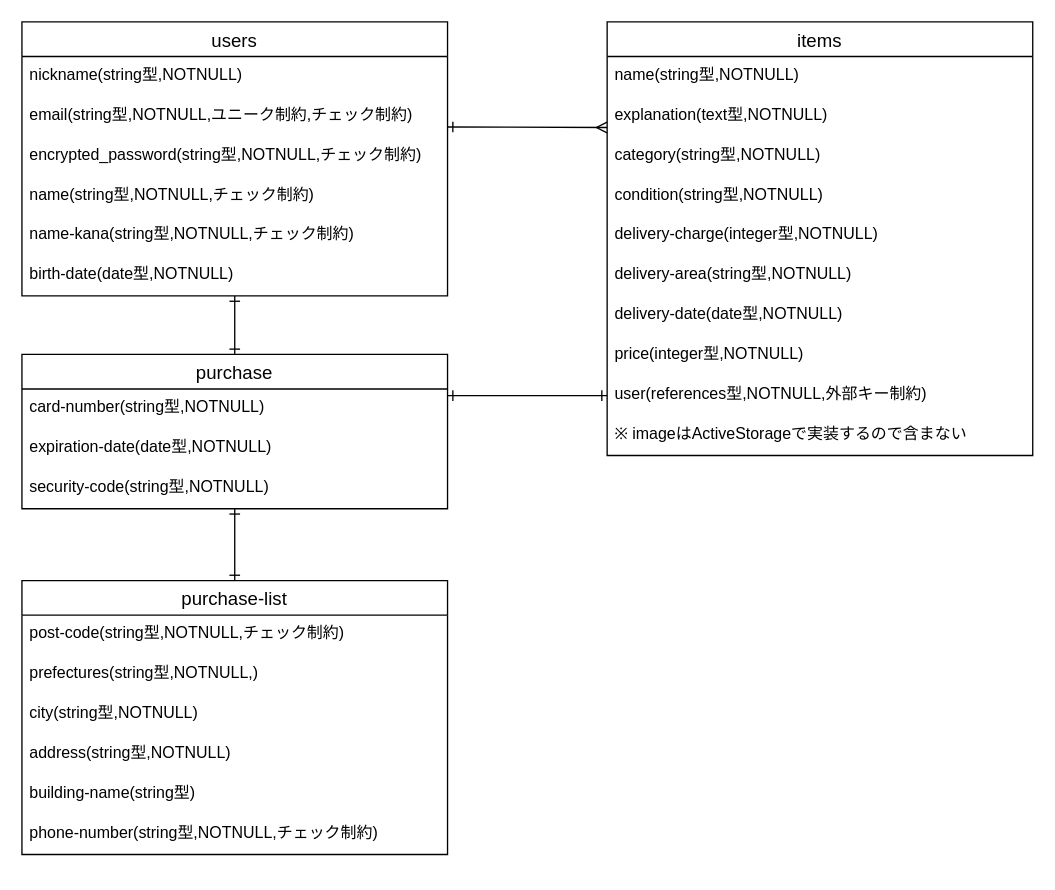
Earlier version of the draw.io diagram furima.dio (genkikonno/furima-37489). Source tidied: cells renumbered, new cells numbered last; positions are measured from the earlier drawing's top-left corner, leaving out a move shared by most shapes. Both pictures are drawn from the tidied source at 133%, with x=0, y=0 at pixel (21, 21).
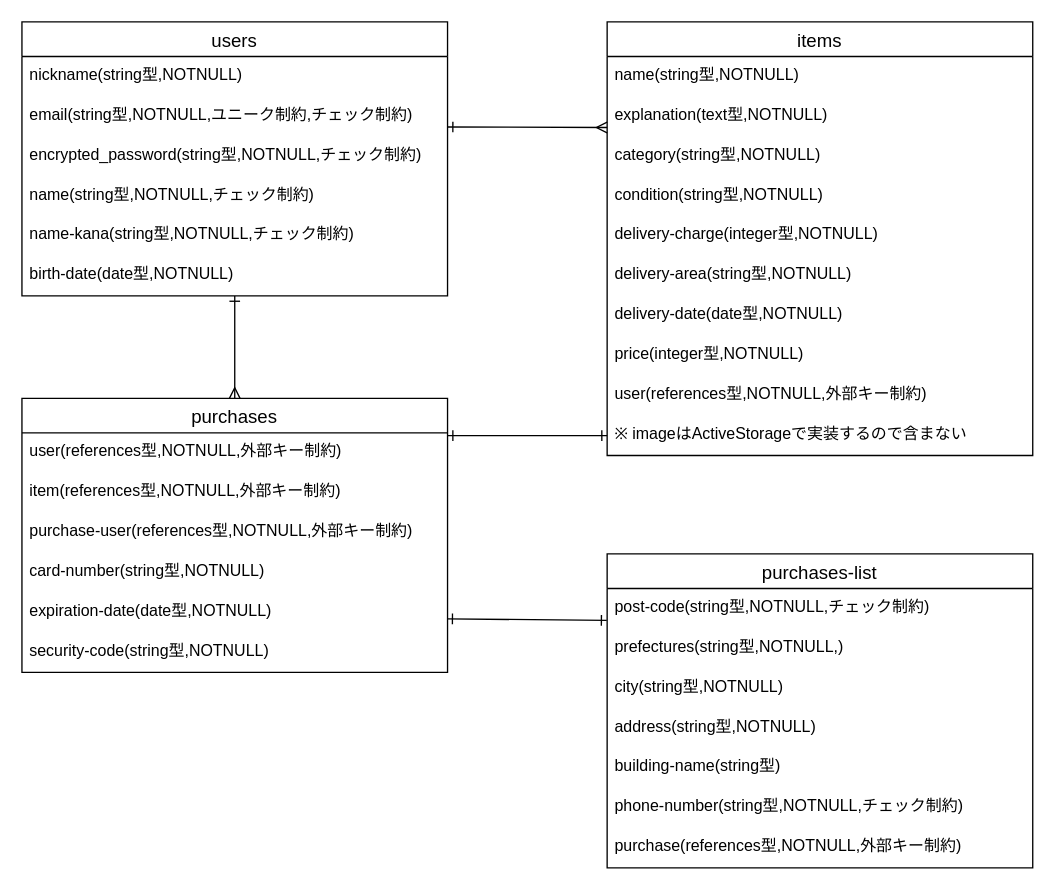
The same page after the edit.

The change refers to these unchanged cells:
```xml
<mxCell id="3" value="users" style="swimlane;fontStyle=0;horizontal=1;startSize=26;align=center;fontSize=14;" parent="1" vertex="1">
  <mxGeometry width="320" height="206" as="geometry" />
</mxCell>
<mxCell id="19" value="user(references型,NOTNULL,外部キー制約)" style="text;strokeColor=none;fillColor=none;spacingLeft=4;spacingRight=4;overflow=hidden;points=[[0,0.5],[1,0.5]];portConstraint=eastwest;fontSize=12;" parent="10" vertex="1">
  <mxGeometry y="266" width="320" height="30" as="geometry" />
</mxCell>
<mxCell id="20" value="※ imageはActiveStorageで実装するので含まない" style="text;strokeColor=none;fillColor=none;spacingLeft=4;spacingRight=4;overflow=hidden;points=[[0,0.5],[1,0.5]];portConstraint=eastwest;fontSize=12;" parent="10" vertex="1">
  <mxGeometry y="296" width="320" height="30" as="geometry" />
</mxCell>
<mxCell id="27" value="post-code(string型,NOTNULL,チェック制約)" style="text;strokeColor=none;fillColor=none;spacingLeft=4;spacingRight=4;overflow=hidden;points=[[0,0.5],[1,0.5]];portConstraint=eastwest;fontSize=12;" parent="26" vertex="1">
  <mxGeometry y="26" width="320" height="30" as="geometry" />
</mxCell>
```

Change to the diagram source:
```diff
@@
-    <mxCell id="2" style="edgeStyle=orthogonalEdgeStyle;html=1;exitX=0.5;exitY=1;exitDx=0;exitDy=0;startArrow=ERone;startFill=0;endArrow=ERone;endFill=0;entryX=0.5;entryY=0;entryDx=0;entryDy=0;" parent="1" edge="1" source="3" target="22">
-      <mxGeometry relative="1" as="geometry" />
-    </mxCell>
@@
-    <mxCell id="21" style="edgeStyle=orthogonalEdgeStyle;html=1;exitX=0.5;exitY=1;exitDx=0;exitDy=0;entryX=0.5;entryY=0;entryDx=0;entryDy=0;endArrow=ERone;endFill=0;startArrow=ERone;startFill=0;" parent="1" edge="1" source="22" target="26">
-      <mxGeometry relative="1" as="geometry" />
-    </mxCell>
-    <mxCell id="22" value="purchase" style="swimlane;fontStyle=0;horizontal=1;startSize=26;align=center;fontSize=14;" parent="1" vertex="1">
-      <mxGeometry y="250" width="320" height="116" as="geometry" />
+    <mxCell id="22" value="purchases" style="swimlane;fontStyle=0;horizontal=1;startSize=26;align=center;fontSize=14;" parent="1" vertex="1">
+      <mxGeometry y="283" width="320" height="206" as="geometry" />
     </mxCell>
-    <mxCell id="23" value="card-number(string型,NOTNULL)" style="text;strokeColor=none;fillColor=none;spacingLeft=4;spacingRight=4;overflow=hidden;points=[[0,0.5],[1,0.5]];portConstraint=eastwest;fontSize=12;" parent="22" vertex="1">
+    <mxCell id="23" value="user(references型,NOTNULL,外部キー制約)" style="text;strokeColor=none;fillColor=none;spacingLeft=4;spacingRight=4;overflow=hidden;points=[[0,0.5],[1,0.5]];portConstraint=eastwest;fontSize=12;" parent="22" vertex="1">
       <mxGeometry y="26" width="320" height="30" as="geometry" />
     </mxCell>
-    <mxCell id="24" value="expiration-date(date型,NOTNULL)" style="text;strokeColor=none;fillColor=none;spacingLeft=4;spacingRight=4;overflow=hidden;fontSize=12;" parent="22" vertex="1">
+    <mxCell id="24" value="item(references型,NOTNULL,外部キー制約)" style="text;strokeColor=none;fillColor=none;spacingLeft=4;spacingRight=4;overflow=hidden;fontSize=12;" parent="22" vertex="1">
       <mxGeometry y="56" width="320" height="30" as="geometry" />
     </mxCell>
-    <mxCell id="25" value="security-code(string型,NOTNULL)" style="text;strokeColor=none;fillColor=none;spacingLeft=4;spacingRight=4;overflow=hidden;fontSize=12;" parent="22" vertex="1">
+    <mxCell id="25" value="purchase-user(references型,NOTNULL,外部キー制約)" style="text;strokeColor=none;fillColor=none;spacingLeft=4;spacingRight=4;overflow=hidden;fontSize=12;" parent="22" vertex="1">
       <mxGeometry y="86" width="320" height="30" as="geometry" />
     </mxCell>
+    <mxCell id="35" value="card-number(string型,NOTNULL)" style="text;strokeColor=none;fillColor=none;spacingLeft=4;spacingRight=4;overflow=hidden;fontSize=12;" parent="22" vertex="1">
+      <mxGeometry y="116" width="320" height="30" as="geometry" />
+    </mxCell>
+    <mxCell id="36" value="expiration-date(date型,NOTNULL)" style="text;strokeColor=none;fillColor=none;spacingLeft=4;spacingRight=4;overflow=hidden;points=[[0,0.5],[1,0.5]];portConstraint=eastwest;fontSize=12;" parent="22" vertex="1">
+      <mxGeometry y="146" width="320" height="30" as="geometry" />
+    </mxCell>
+    <mxCell id="37" value="security-code(string型,NOTNULL)" style="text;strokeColor=none;fillColor=none;spacingLeft=4;spacingRight=4;overflow=hidden;fontSize=12;" parent="22" vertex="1">
+      <mxGeometry y="176" width="320" height="30" as="geometry" />
+    </mxCell>
-    <mxCell id="26" value="purchase-list" style="swimlane;fontStyle=0;horizontal=1;startSize=26;align=center;fontSize=14;" parent="1" vertex="1">
-      <mxGeometry y="420" width="320" height="206" as="geometry" />
+    <mxCell id="26" value="purchases-list" style="swimlane;fontStyle=0;horizontal=1;startSize=26;align=center;fontSize=14;" parent="1" vertex="1">
+      <mxGeometry x="440" y="400" width="320" height="236" as="geometry" />
     </mxCell>
@@
+    <mxCell id="38" value="purchase(references型,NOTNULL,外部キー制約)" style="text;strokeColor=none;fillColor=none;spacingLeft=4;spacingRight=4;overflow=hidden;fontSize=12;" parent="26" vertex="1">
+      <mxGeometry y="206" width="320" height="30" as="geometry" />
+    </mxCell>
@@
-    <mxCell id="34" style="edgeStyle=orthogonalEdgeStyle;html=1;exitX=0;exitY=0.5;exitDx=0;exitDy=0;entryX=1;entryY=0.165;entryDx=0;entryDy=0;entryPerimeter=0;startArrow=ERone;startFill=0;endArrow=ERone;endFill=0;" parent="1" edge="1" source="19" target="23">
-      <mxGeometry relative="1" as="geometry" />
-    </mxCell>
+    <mxCell id="39" style="endArrow=ERone;html=1;rounded=0;entryX=-0.001;entryY=0.8;entryDx=0;entryDy=0;endFill=0;startArrow=ERone;startFill=0;entryPerimeter=0;exitX=0.999;exitY=0.66;exitDx=0;exitDy=0;exitPerimeter=0;" parent="1" edge="1" source="36" target="27">
+      <mxGeometry relative="1" as="geometry" />
+    </mxCell>
+    <mxCell id="2" style="endArrow=ERmany;html=1;rounded=0;entryX=0.5;entryY=0;entryDx=0;entryDy=0;exitX=0.5;exitY=1;exitDx=0;exitDy=0;startArrow=ERone;startFill=0;endFill=0;" parent="1" edge="1" source="3" target="22">
+      <mxGeometry relative="1" as="geometry" />
+    </mxCell>
+    <mxCell id="40" style="endArrow=ERone;html=1;rounded=0;startArrow=ERone;startFill=0;endFill=0;entryX=0;entryY=0.5;entryDx=0;entryDy=0;" parent="1" edge="1" target="20">
+      <mxGeometry relative="1" as="geometry">
+        <mxPoint x="320" y="311" as="sourcePoint" />
+      </mxGeometry>
+    </mxCell>
```
